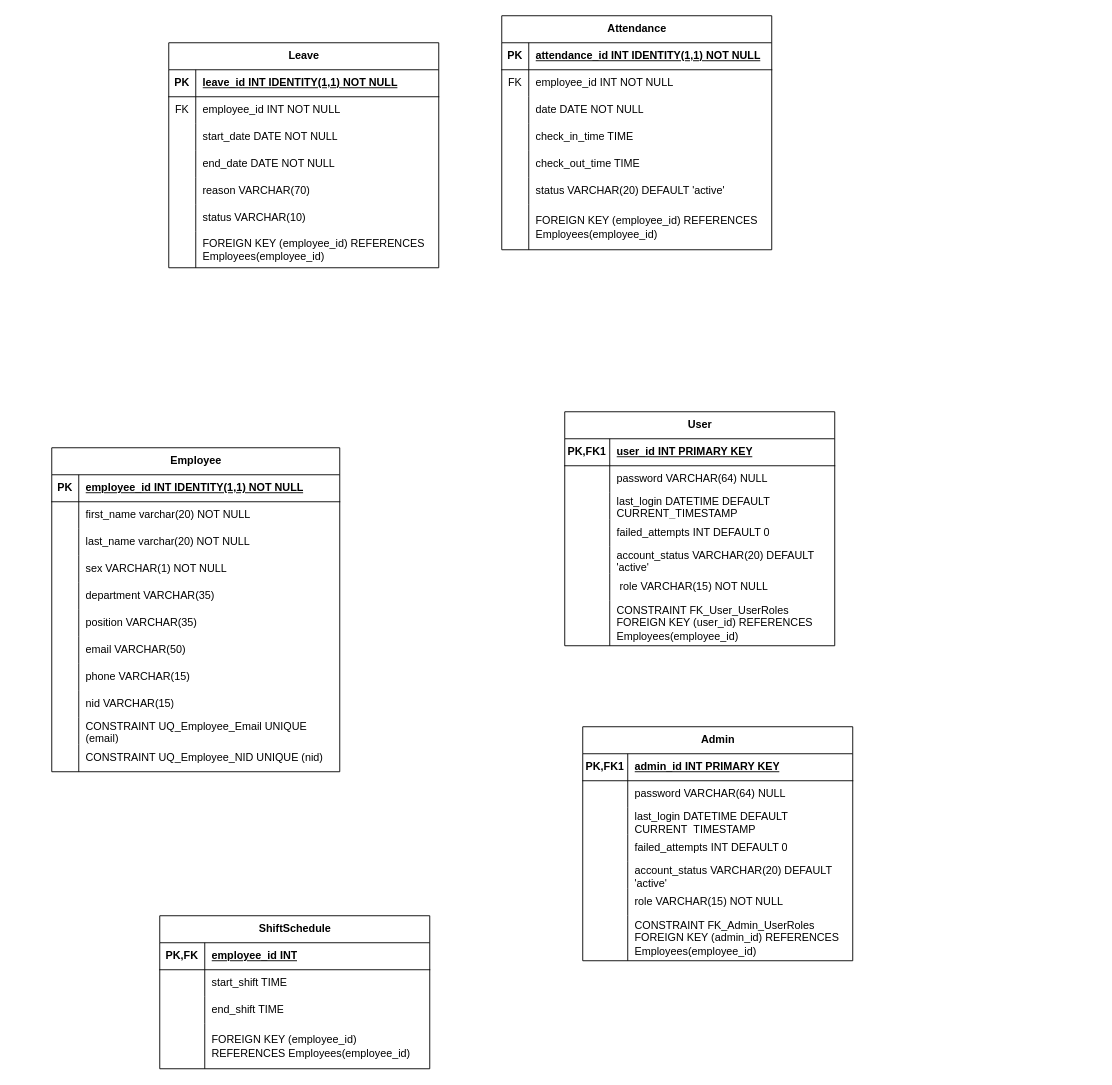
NukThean/Attendance-V1 keeps this draw.io diagram as attDiagram.drawio. Above is the earlier version. Source tidied: cells renumbered, new cells numbered last; positions are measured from the earlier drawing's top-left corner, leaving out a move shared by most shapes. Both pictures are drawn from the tidied source at 90%, with x=0, y=0 at pixel (51, 15).
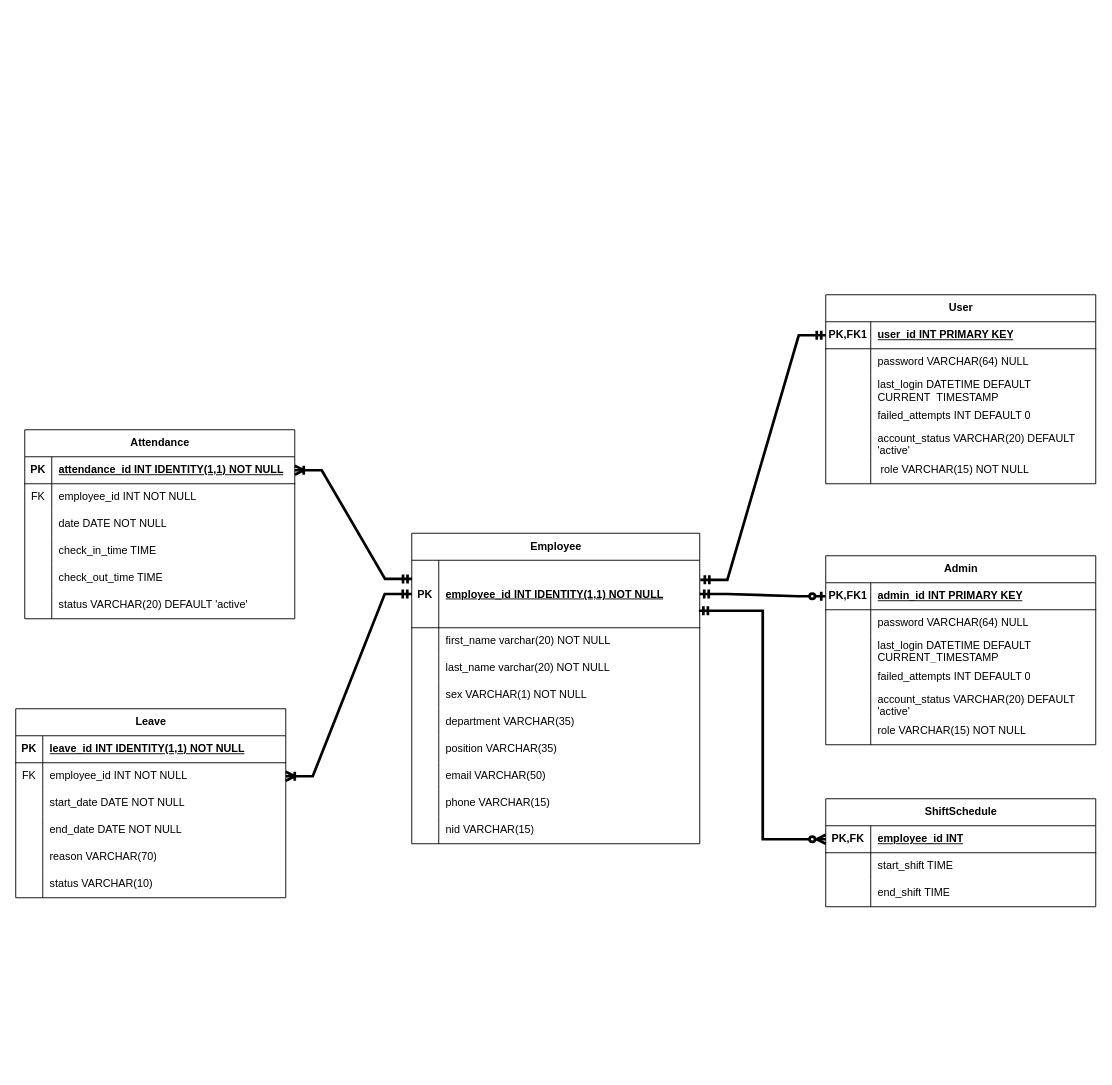
Above is the later version.

The change refers to these unchanged cells:
```xml
<mxCell id="39" style="shape=tableRow;horizontal=0;startSize=0;swimlaneHead=0;swimlaneBody=0;fillColor=none;points=[[0,0.5],[1,0.5]];portConstraint=eastwest;top=0;left=0;right=0;bottom=1;" parent="38" vertex="1">
  <mxGeometry y="30" width="300" height="30" as="geometry" />
</mxCell>
<mxCell id="64" style="shape=tableRow;horizontal=0;startSize=0;swimlaneHead=0;swimlaneBody=0;fillColor=none;points=[[0,0.5],[1,0.5]];portConstraint=eastwest;top=0;left=0;right=0;bottom=1;" parent="63" vertex="1">
  <mxGeometry y="30" width="300" height="30" as="geometry" />
</mxCell>
<mxCell id="89" style="shape=tableRow;horizontal=0;startSize=0;swimlaneHead=0;swimlaneBody=0;fillColor=none;points=[[0,0.5],[1,0.5]];portConstraint=eastwest;top=0;left=0;right=0;bottom=0;" parent="85" vertex="1">
  <mxGeometry y="60" width="300" height="30" as="geometry" />
</mxCell>
<mxCell id="108" style="shape=tableRow;horizontal=0;startSize=0;swimlaneHead=0;swimlaneBody=0;fillColor=none;points=[[0,0.5],[1,0.5]];portConstraint=eastwest;top=0;left=0;right=0;bottom=1;" parent="107" vertex="1">
  <mxGeometry y="30" width="300" height="30" as="geometry" />
</mxCell>
<mxCell id="130" style="shape=tableRow;horizontal=0;startSize=0;swimlaneHead=0;swimlaneBody=0;fillColor=none;points=[[0,0.5],[1,0.5]];portConstraint=eastwest;top=0;left=0;right=0;bottom=1;" parent="129" vertex="1">
  <mxGeometry y="30" width="300" height="30" as="geometry" />
</mxCell>
```

The edit, as a diff of the source:
```diff
@@
-    <mxCell id="2" style="shape=partialRectangle;fillColor=none;top=0;left=0;right=0;bottom=0;" parent="1" vertex="1">
-      <mxGeometry x="180" y="660" width="250" height="20" as="geometry" />
-    </mxCell>
-    <mxCell id="3" style="shape=partialRectangle;overflow=hidden;fillColor=none;top=0;left=0;bottom=0;right=0;" parent="2" vertex="1">
-      <mxGeometry width="30" height="20" as="geometry" />
-    </mxCell>
+    <mxCell id="142" style="fontSize=12;html=1;endArrow=ERzeroToMany;startArrow=ERmandOne;rounded=0;entryX=0;entryY=0.5;entryDx=0;entryDy=0;strokeWidth=3;jumpStyle=arc;flowAnimation=1;edgeStyle=elbowEdgeStyle;exitX=0.997;exitY=0.748;exitDx=0;exitDy=0;exitPerimeter=0;" parent="1" edge="1" source="5" target="130">
+      <mxGeometry relative="1" as="geometry" />
+    </mxCell>
     <mxCell id="4" value="Employee" style="shape=table;startSize=30;childLayout=tableLayout;rowLines=0;fontStyle=1;align=center;html=1;" parent="1" vertex="1">
-      <mxGeometry y="480" width="320" height="360" as="geometry" />
+      <mxGeometry x="400" y="575" width="320" height="345" as="geometry" />
     </mxCell>
     <mxCell id="5" style="shape=tableRow;horizontal=0;startSize=0;swimlaneHead=0;swimlaneBody=0;fillColor=none;points=[[0,0.5],[1,0.5]];portConstraint=eastwest;top=0;left=0;right=0;bottom=1;" parent="4" vertex="1">
-      <mxGeometry y="30" width="320" height="30" as="geometry" />
+      <mxGeometry y="30" width="320" height="75" as="geometry" />
     </mxCell>
     <mxCell id="6" value="PK" style="shape=partialRectangle;fillColor=none;top=0;left=0;bottom=0;right=0;fontStyle=1;overflow=hidden;whiteSpace=wrap;html=1;" parent="5" vertex="1">
-      <mxGeometry width="30" height="30" as="geometry" />
+      <mxGeometry width="30" height="75" as="geometry" />
     </mxCell>
     <mxCell id="7" value="employee_id INT IDENTITY(1,1) NOT NULL" style="shape=partialRectangle;fillColor=none;top=0;left=0;bottom=0;right=0;align=left;spacingLeft=6;fontStyle=5;overflow=hidden;whiteSpace=wrap;html=1;" parent="5" vertex="1">
-      <mxGeometry x="30" width="290" height="30" as="geometry" />
+      <mxGeometry x="30" width="290" height="75" as="geometry" />
     </mxCell>
     <mxCell id="8" style="shape=tableRow;horizontal=0;startSize=0;swimlaneHead=0;swimlaneBody=0;fillColor=none;top=0;left=0;right=0;bottom=0;" parent="4" vertex="1">
-      <mxGeometry y="60" width="320" height="30" as="geometry" />
+      <mxGeometry y="105" width="320" height="30" as="geometry" />
     </mxCell>
@@
     <mxCell id="11" style="shape=tableRow;horizontal=0;startSize=0;swimlaneHead=0;swimlaneBody=0;fillColor=none;top=0;left=0;right=0;bottom=0;" parent="4" vertex="1">
-      <mxGeometry y="90" width="320" height="30" as="geometry" />
+      <mxGeometry y="135" width="320" height="30" as="geometry" />
     </mxCell>
@@
     <mxCell id="14" style="shape=tableRow;horizontal=0;startSize=0;swimlaneHead=0;swimlaneBody=0;fillColor=none;top=0;left=0;right=0;bottom=0;" parent="4" vertex="1">
-      <mxGeometry y="120" width="320" height="30" as="geometry" />
+      <mxGeometry y="165" width="320" height="30" as="geometry" />
     </mxCell>
@@
     <mxCell id="17" style="shape=tableRow;horizontal=0;startSize=0;swimlaneHead=0;swimlaneBody=0;fillColor=none;top=0;left=0;right=0;bottom=0;" parent="4" vertex="1">
-      <mxGeometry y="150" width="320" height="30" as="geometry" />
+      <mxGeometry y="195" width="320" height="30" as="geometry" />
     </mxCell>
@@
     <mxCell id="20" style="shape=tableRow;horizontal=0;startSize=0;swimlaneHead=0;swimlaneBody=0;fillColor=none;top=0;left=0;right=0;bottom=0;" parent="4" vertex="1">
-      <mxGeometry y="180" width="320" height="30" as="geometry" />
+      <mxGeometry y="225" width="320" height="30" as="geometry" />
     </mxCell>
@@
     <mxCell id="23" style="shape=tableRow;horizontal=0;startSize=0;swimlaneHead=0;swimlaneBody=0;fillColor=none;top=0;left=0;right=0;bottom=0;" parent="4" vertex="1">
-      <mxGeometry y="210" width="320" height="30" as="geometry" />
+      <mxGeometry y="255" width="320" height="30" as="geometry" />
     </mxCell>
@@
     <mxCell id="26" style="shape=tableRow;horizontal=0;startSize=0;swimlaneHead=0;swimlaneBody=0;fillColor=none;top=0;left=0;right=0;bottom=0;" parent="4" vertex="1">
-      <mxGeometry y="240" width="320" height="30" as="geometry" />
+      <mxGeometry y="285" width="320" height="30" as="geometry" />
     </mxCell>
@@
     <mxCell id="29" style="shape=tableRow;horizontal=0;startSize=0;swimlaneHead=0;swimlaneBody=0;fillColor=none;top=0;left=0;right=0;bottom=0;" parent="4" vertex="1">
-      <mxGeometry y="270" width="320" height="30" as="geometry" />
+      <mxGeometry y="315" width="320" height="30" as="geometry" />
     </mxCell>
@@
-    <mxCell id="32" style="shape=tableRow;horizontal=0;startSize=0;swimlaneHead=0;swimlaneBody=0;fillColor=none;top=0;left=0;right=0;bottom=0;" parent="4" vertex="1">
-      <mxGeometry y="300" width="320" height="30" as="geometry" />
-    </mxCell>
-    <mxCell id="33" style="shape=partialRectangle;fillColor=none;top=0;left=0;bottom=0;right=0;overflow=hidden;whiteSpace=wrap;html=1;" parent="32" vertex="1">
-      <mxGeometry width="30" height="30" as="geometry" />
-    </mxCell>
-    <mxCell id="34" value="CONSTRAINT UQ_Employee_Email UNIQUE (email)" style="shape=partialRectangle;fillColor=none;top=0;left=0;bottom=0;right=0;align=left;spacingLeft=6;overflow=hidden;whiteSpace=wrap;html=1;" parent="32" vertex="1">
-      <mxGeometry x="30" width="290" height="30" as="geometry" />
-    </mxCell>
-    <mxCell id="35" style="shape=tableRow;horizontal=0;startSize=0;swimlaneHead=0;swimlaneBody=0;fillColor=none;top=0;left=0;right=0;bottom=0;" parent="4" vertex="1">
-      <mxGeometry y="330" width="320" height="30" as="geometry" />
-    </mxCell>
-    <mxCell id="36" style="shape=partialRectangle;fillColor=none;top=0;left=0;bottom=0;right=0;overflow=hidden;whiteSpace=wrap;html=1;" parent="35" vertex="1">
-      <mxGeometry width="30" height="30" as="geometry" />
-    </mxCell>
-    <mxCell id="37" value="CONSTRAINT UQ_Employee_NID UNIQUE (nid)" style="shape=partialRectangle;fillColor=none;top=0;left=0;bottom=0;right=0;align=left;spacingLeft=6;overflow=hidden;whiteSpace=wrap;html=1;" parent="35" vertex="1">
-      <mxGeometry x="30" width="290" height="30" as="geometry" />
-    </mxCell>
     <mxCell id="38" value="Admin" style="shape=table;startSize=30;childLayout=tableLayout;rowLines=0;fontStyle=1;align=center;html=1;" parent="1" vertex="1">
-      <mxGeometry x="590" y="790" width="300" height="260" as="geometry" />
+      <mxGeometry x="860" y="600" width="300" height="210" as="geometry" />
     </mxCell>
@@
-    <mxCell id="57" style="shape=tableRow;horizontal=0;startSize=0;swimlaneHead=0;swimlaneBody=0;fillColor=none;top=0;left=0;right=0;bottom=0;" parent="38" vertex="1">
-      <mxGeometry y="210" width="300" height="50" as="geometry" />
-    </mxCell>
-    <mxCell id="58" style="shape=partialRectangle;fillColor=none;top=0;left=0;bottom=0;right=0;overflow=hidden;whiteSpace=wrap;html=1;" parent="57" vertex="1">
-      <mxGeometry width="50" height="50" as="geometry" />
-    </mxCell>
-    <mxCell id="59" value="CONSTRAINT FK_Admin_UserRoles FOREIGN KEY (admin_id) REFERENCES Employees(employee_id)" style="shape=partialRectangle;fillColor=none;top=0;left=0;bottom=0;right=0;align=left;spacingLeft=6;overflow=hidden;whiteSpace=wrap;html=1;" parent="57" vertex="1">
-      <mxGeometry x="50" width="250" height="50" as="geometry" />
-    </mxCell>
@@
-    <mxCell id="62" style="shape=partialRectangle;fillColor=none;top=0;left=0;bottom=0;right=0;align=left;spacingLeft=6;overflow=hidden;whiteSpace=wrap;html=1;" parent="1" vertex="1">
-      <mxGeometry x="610" y="710" width="250" height="30" as="geometry" />
-    </mxCell>
     <mxCell id="63" value="User" style="shape=table;startSize=30;childLayout=tableLayout;rowLines=0;fontStyle=1;align=center;html=1;" parent="1" vertex="1">
-      <mxGeometry x="570" y="440" width="300" height="260" as="geometry" />
+      <mxGeometry x="860" y="310" width="300" height="210" as="geometry" />
     </mxCell>
@@
-    <mxCell id="82" style="shape=tableRow;horizontal=0;startSize=0;swimlaneHead=0;swimlaneBody=0;fillColor=none;top=0;left=0;right=0;bottom=0;" parent="63" vertex="1">
-      <mxGeometry y="210" width="300" height="50" as="geometry" />
-    </mxCell>
-    <mxCell id="83" style="shape=partialRectangle;fillColor=none;top=0;left=0;bottom=0;right=0;overflow=hidden;whiteSpace=wrap;html=1;" parent="82" vertex="1">
-      <mxGeometry width="50" height="50" as="geometry" />
-    </mxCell>
-    <mxCell id="84" value="CONSTRAINT FK_User_UserRoles FOREIGN KEY (user_id) REFERENCES Employees(employee_id)" style="shape=partialRectangle;fillColor=none;top=0;left=0;bottom=0;right=0;align=left;spacingLeft=6;overflow=hidden;whiteSpace=wrap;html=1;" parent="82" vertex="1">
-      <mxGeometry x="50" width="250" height="50" as="geometry" />
-    </mxCell>
     <mxCell id="85" value="Leave" style="shape=table;startSize=30;childLayout=tableLayout;rowLines=0;fontStyle=1;align=center;html=1;" parent="1" vertex="1">
-      <mxGeometry x="130" y="30" width="300" height="250" as="geometry" />
+      <mxGeometry x="-40" y="770" width="300" height="210" as="geometry" />
     </mxCell>
@@
-    <mxCell id="104" style="shape=tableRow;horizontal=0;startSize=0;swimlaneHead=0;swimlaneBody=0;fillColor=none;top=0;left=0;right=0;bottom=0;" parent="85" vertex="1">
-      <mxGeometry y="210" width="300" height="40" as="geometry" />
-    </mxCell>
-    <mxCell id="105" style="shape=partialRectangle;fillColor=none;top=0;left=0;bottom=0;right=0;overflow=hidden;whiteSpace=wrap;html=1;" parent="104" vertex="1">
-      <mxGeometry width="30" height="40" as="geometry" />
-    </mxCell>
-    <mxCell id="106" value="FOREIGN KEY (employee_id) REFERENCES Employees(employee_id)" style="shape=partialRectangle;fillColor=none;top=0;left=0;bottom=0;right=0;align=left;spacingLeft=6;overflow=hidden;whiteSpace=wrap;html=1;" parent="104" vertex="1">
-      <mxGeometry x="30" width="270" height="40" as="geometry" />
-    </mxCell>
     <mxCell id="107" value="Attendance" style="shape=table;startSize=30;childLayout=tableLayout;rowLines=0;fontStyle=1;align=center;html=1;" parent="1" vertex="1">
-      <mxGeometry x="500" width="300" height="260" as="geometry" />
+      <mxGeometry x="-30" y="460" width="300" height="210" as="geometry" />
     </mxCell>
@@
-    <mxCell id="126" style="shape=tableRow;horizontal=0;startSize=0;swimlaneHead=0;swimlaneBody=0;fillColor=none;top=0;left=0;right=0;bottom=0;" parent="107" vertex="1">
-      <mxGeometry y="210" width="300" height="50" as="geometry" />
-    </mxCell>
-    <mxCell id="127" style="shape=partialRectangle;fillColor=none;top=0;left=0;bottom=0;right=0;overflow=hidden;whiteSpace=wrap;html=1;" parent="126" vertex="1">
-      <mxGeometry width="30" height="50" as="geometry" />
-    </mxCell>
-    <mxCell id="128" value="FOREIGN KEY (employee_id) REFERENCES Employees(employee_id)" style="shape=partialRectangle;fillColor=none;top=0;left=0;bottom=0;right=0;align=left;spacingLeft=6;overflow=hidden;whiteSpace=wrap;html=1;" parent="126" vertex="1">
-      <mxGeometry x="30" width="270" height="50" as="geometry" />
-    </mxCell>
     <mxCell id="129" value="ShiftSchedule" style="shape=table;startSize=30;childLayout=tableLayout;rowLines=0;fontStyle=1;align=center;html=1;" parent="1" vertex="1">
-      <mxGeometry x="120" y="1000" width="300" height="170" as="geometry" />
+      <mxGeometry x="860" y="870" width="300" height="120" as="geometry" />
     </mxCell>
@@
-    <mxCell id="139" style="shape=tableRow;horizontal=0;startSize=0;swimlaneHead=0;swimlaneBody=0;fillColor=none;top=0;left=0;right=0;bottom=0;" parent="129" vertex="1">
-      <mxGeometry y="120" width="300" height="50" as="geometry" />
-    </mxCell>
-    <mxCell id="140" style="shape=partialRectangle;fillColor=none;top=0;left=0;bottom=0;right=0;overflow=hidden;whiteSpace=wrap;html=1;" parent="139" vertex="1">
-      <mxGeometry width="50" height="50" as="geometry" />
-    </mxCell>
-    <mxCell id="141" value="FOREIGN KEY (employee_id) REFERENCES Employees(employee_id)" style="shape=partialRectangle;fillColor=none;top=0;left=0;bottom=0;right=0;align=left;spacingLeft=6;overflow=hidden;whiteSpace=wrap;html=1;" parent="139" vertex="1">
-      <mxGeometry x="50" width="250" height="50" as="geometry" />
-    </mxCell>
+    <mxCell id="143" style="edgeStyle=entityRelationEdgeStyle;fontSize=12;html=1;endArrow=ERmandOne;startArrow=ERmandOne;rounded=0;entryX=0;entryY=0.5;entryDx=0;entryDy=0;strokeWidth=3;exitX=1.002;exitY=0.29;exitDx=0;exitDy=0;exitPerimeter=0;flowAnimation=1;" parent="1" edge="1" source="5" target="64">
+      <mxGeometry relative="1" as="geometry">
+        <Array as="points">
+          <mxPoint x="775" y="835" />
+          <mxPoint x="795" y="705" />
+        </Array>
+      </mxGeometry>
+    </mxCell>
+    <mxCell id="144" style="edgeStyle=entityRelationEdgeStyle;fontSize=12;html=1;endArrow=ERzeroToOne;startArrow=ERmandOne;rounded=0;strokeWidth=3;entryX=0;entryY=0.5;entryDx=0;entryDy=0;exitX=1;exitY=0.5;exitDx=0;exitDy=0;flowAnimation=1;" parent="1" edge="1" source="5" target="39">
+      <mxGeometry relative="1" as="geometry">
+        <Array as="points">
+          <mxPoint x="790" y="660" />
+        </Array>
+      </mxGeometry>
+    </mxCell>
+    <mxCell id="145" style="edgeStyle=entityRelationEdgeStyle;fontSize=12;html=1;endArrow=ERoneToMany;startArrow=ERmandOne;rounded=0;strokeWidth=3;exitX=0;exitY=0.5;exitDx=0;exitDy=0;entryX=1;entryY=0.5;entryDx=0;entryDy=0;flowAnimation=1;" parent="1" edge="1" source="5" target="89">
+      <mxGeometry relative="1" as="geometry" />
+    </mxCell>
+    <mxCell id="146" style="edgeStyle=entityRelationEdgeStyle;fontSize=12;html=1;endArrow=ERoneToMany;startArrow=ERmandOne;rounded=0;strokeWidth=3;entryX=1;entryY=0.5;entryDx=0;entryDy=0;exitX=0.001;exitY=0.276;exitDx=0;exitDy=0;exitPerimeter=0;flowAnimation=1;" parent="1" edge="1" source="5" target="108">
+      <mxGeometry relative="1" as="geometry">
+        <Array as="points">
+          <mxPoint x="400" y="620" />
+        </Array>
+      </mxGeometry>
+    </mxCell>
```
